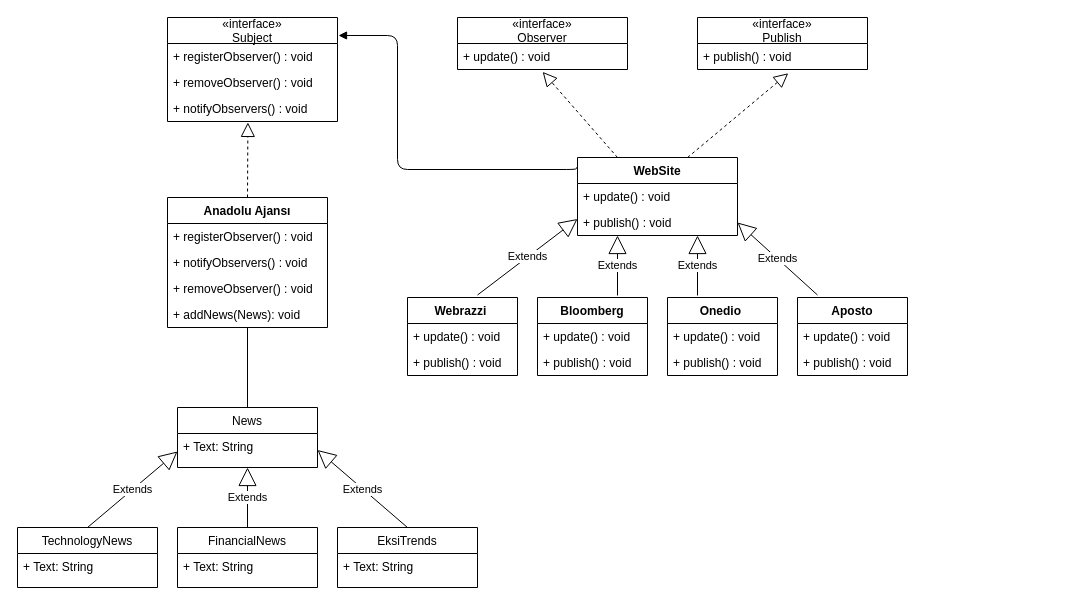
Earlier version of the draw.io diagram observer-pattern/observerpattern.drawio (solmazumut/Design-Patterns). Source tidied: cells renumbered, new cells numbered last; positions are measured from the earlier drawing's top-left corner, leaving out a move shared by most shapes. Both pictures are drawn from the tidied source at 100%, with x=0, y=0 at pixel (17, 17).
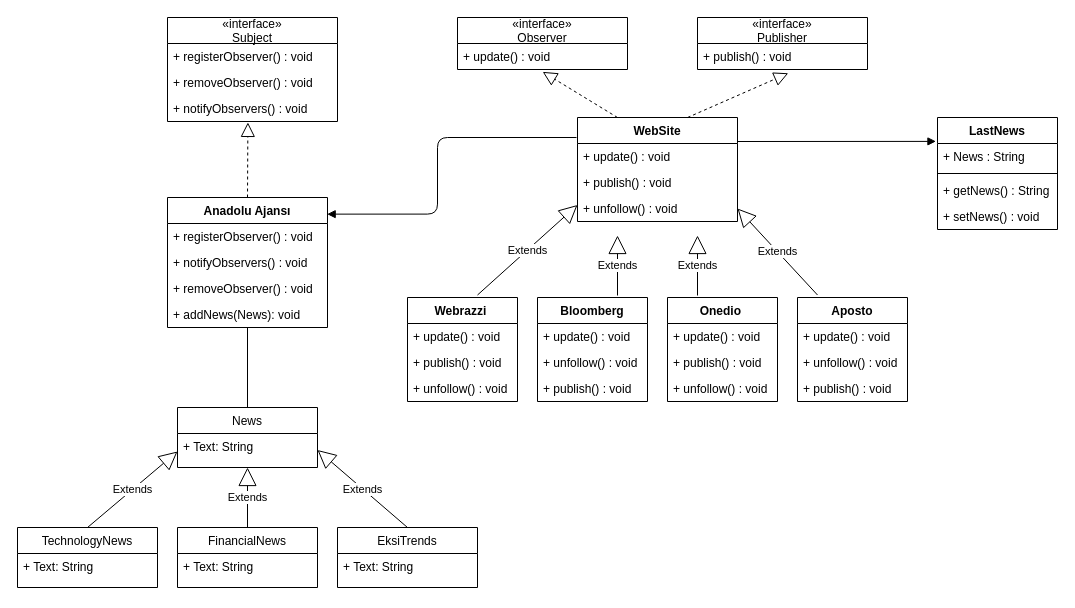
The same diagram, later.

Unchanged cells that the change refers to:
```xml
<mxCell id="11" value="«interface»&#10;Subject" style="swimlane;fontStyle=0;horizontal=1;startSize=26;fillColor=none;" parent="1" vertex="1">
  <mxGeometry x="150" width="170" height="104" as="geometry" />
</mxCell>
<mxCell id="17" value="Anadolu Ajansı" style="swimlane;fontStyle=1;align=center;verticalAlign=top;horizontal=1;startSize=26;" parent="1" vertex="1">
  <mxGeometry x="150" y="180" width="160" height="130" as="geometry" />
</mxCell>
```

Change to the diagram source:
```diff
@@
-    <mxCell id="25" value="«interface»&#10;Publish" style="swimlane;fontStyle=0;horizontal=1;startSize=26;fillColor=none;" parent="1" vertex="1">
+    <mxCell id="25" value="«interface»&#10;Publisher" style="swimlane;fontStyle=0;horizontal=1;startSize=26;fillColor=none;" parent="1" vertex="1">
       <mxGeometry x="680" width="170" height="52" as="geometry" />
     </mxCell>
@@
     <mxCell id="27" value="WebSite" style="swimlane;fontStyle=1;align=center;verticalAlign=top;horizontal=1;startSize=26;" parent="1" vertex="1">
-      <mxGeometry x="560" y="140" width="160" height="78" as="geometry" />
+      <mxGeometry x="560" y="100" width="160" height="104" as="geometry" />
     </mxCell>
@@
+    <mxCell id="50" value="+ publish() : void" style="text;strokeColor=none;fillColor=none;align=left;verticalAlign=top;spacingLeft=4;spacingRight=4;overflow=hidden;" parent="27" vertex="1">
+      <mxGeometry y="52" width="160" height="26" as="geometry" />
+    </mxCell>
-    <mxCell id="29" value="+ publish() : void" style="text;strokeColor=none;fillColor=none;align=left;verticalAlign=top;spacingLeft=4;spacingRight=4;overflow=hidden;points=[[0,0.5],[1,0.5]];portConstraint=eastwest;" parent="27" vertex="1">
-      <mxGeometry y="52" width="160" height="26" as="geometry" />
+    <mxCell id="29" value="+ unfollow() : void" style="text;strokeColor=none;fillColor=none;align=left;verticalAlign=top;spacingLeft=4;spacingRight=4;overflow=hidden;points=[[0,0.5],[1,0.5]];portConstraint=eastwest;" parent="27" vertex="1">
+      <mxGeometry y="78" width="160" height="26" as="geometry" />
     </mxCell>
-    <mxCell id="30" style="endArrow=block;endFill=1;html=1;edgeStyle=orthogonalEdgeStyle;align=left;verticalAlign=top;entryX=1.006;entryY=0.173;entryDx=0;entryDy=0;entryPerimeter=0;exitX=-0.006;exitY=0.127;exitDx=0;exitDy=0;exitPerimeter=0;" parent="1" edge="1" source="27" target="11">
+    <mxCell id="30" style="endArrow=block;endFill=1;html=1;edgeStyle=orthogonalEdgeStyle;align=left;verticalAlign=top;entryX=0.998;entryY=0.128;entryDx=0;entryDy=0;entryPerimeter=0;" parent="1" edge="1" target="17">
       <mxGeometry x="-1" relative="1" as="geometry">
+        <mxPoint x="559" y="120" as="sourcePoint" />
         <Array as="points">
-          <mxPoint x="559" y="152" />
-          <mxPoint x="380" y="152" />
-          <mxPoint x="380" y="18" />
+          <mxPoint x="559" y="120" />
+          <mxPoint x="420" y="120" />
+          <mxPoint x="420" y="197" />
         </Array>
       </mxGeometry>
     </mxCell>
@@
     <mxCell id="37" value="Webrazzi " style="swimlane;fontStyle=1;align=center;verticalAlign=top;horizontal=1;startSize=26;" parent="1" vertex="1">
-      <mxGeometry x="390" y="280" width="110" height="78" as="geometry" />
+      <mxGeometry x="390" y="280" width="110" height="104" as="geometry" />
     </mxCell>
@@
+    <mxCell id="51" value="+ unfollow() : void" style="text;strokeColor=none;fillColor=none;align=left;verticalAlign=top;spacingLeft=4;spacingRight=4;overflow=hidden;" parent="37" vertex="1">
+      <mxGeometry y="78" width="110" height="26" as="geometry" />
+    </mxCell>
     <mxCell id="40" value="Bloomberg" style="swimlane;fontStyle=1;align=center;verticalAlign=top;horizontal=1;startSize=26;" parent="1" vertex="1">
-      <mxGeometry x="520" y="280" width="110" height="78" as="geometry" />
+      <mxGeometry x="520" y="280" width="110" height="104" as="geometry" />
     </mxCell>
@@
+    <mxCell id="52" value="+ unfollow() : void" style="text;strokeColor=none;fillColor=none;align=left;verticalAlign=top;spacingLeft=4;spacingRight=4;overflow=hidden;" parent="40" vertex="1">
+      <mxGeometry y="52" width="110" height="26" as="geometry" />
+    </mxCell>
     <mxCell id="42" value="+ publish() : void" style="text;strokeColor=none;fillColor=none;align=left;verticalAlign=top;spacingLeft=4;spacingRight=4;overflow=hidden;" parent="40" vertex="1">
-      <mxGeometry y="52" width="110" height="26" as="geometry" />
+      <mxGeometry y="78" width="110" height="26" as="geometry" />
     </mxCell>
     <mxCell id="43" value="Onedio " style="swimlane;fontStyle=1;align=center;verticalAlign=top;horizontal=1;startSize=26;" parent="1" vertex="1">
-      <mxGeometry x="650" y="280" width="110" height="78" as="geometry" />
+      <mxGeometry x="650" y="280" width="110" height="104" as="geometry" />
     </mxCell>
@@
+    <mxCell id="53" value="+ unfollow() : void" style="text;strokeColor=none;fillColor=none;align=left;verticalAlign=top;spacingLeft=4;spacingRight=4;overflow=hidden;" parent="43" vertex="1">
+      <mxGeometry y="78" width="110" height="26" as="geometry" />
+    </mxCell>
     <mxCell id="46" value="Aposto" style="swimlane;fontStyle=1;align=center;verticalAlign=top;horizontal=1;startSize=26;" parent="1" vertex="1">
-      <mxGeometry x="780" y="280" width="110" height="78" as="geometry" />
+      <mxGeometry x="780" y="280" width="110" height="104" as="geometry" />
     </mxCell>
@@
+    <mxCell id="54" value="+ unfollow() : void" style="text;strokeColor=none;fillColor=none;align=left;verticalAlign=top;spacingLeft=4;spacingRight=4;overflow=hidden;" parent="46" vertex="1">
+      <mxGeometry y="52" width="110" height="26" as="geometry" />
+    </mxCell>
     <mxCell id="48" value="+ publish() : void" style="text;strokeColor=none;fillColor=none;align=left;verticalAlign=top;spacingLeft=4;spacingRight=4;overflow=hidden;" parent="46" vertex="1">
-      <mxGeometry y="52" width="110" height="26" as="geometry" />
+      <mxGeometry y="78" width="110" height="26" as="geometry" />
     </mxCell>
@@
+    <mxCell id="55" value="LastNews" style="swimlane;fontStyle=1;align=center;verticalAlign=top;horizontal=1;startSize=26;" parent="1" vertex="1">
+      <mxGeometry x="920" y="100" width="120" height="112" as="geometry" />
+    </mxCell>
+    <mxCell id="56" value="+ News : String" style="text;strokeColor=none;fillColor=none;align=left;verticalAlign=top;spacingLeft=4;spacingRight=4;overflow=hidden;points=[[0,0.5],[1,0.5]];portConstraint=eastwest;" parent="55" vertex="1">
+      <mxGeometry y="26" width="120" height="26" as="geometry" />
+    </mxCell>
+    <mxCell id="57" style="line;strokeWidth=1;fillColor=none;align=left;verticalAlign=middle;spacingTop=-1;spacingLeft=3;spacingRight=3;labelPosition=right;" parent="55" vertex="1">
+      <mxGeometry y="52" width="120" height="8" as="geometry" />
+    </mxCell>
+    <mxCell id="58" value="+ getNews() : String" style="text;strokeColor=none;fillColor=none;align=left;verticalAlign=top;spacingLeft=4;spacingRight=4;overflow=hidden;" parent="55" vertex="1">
+      <mxGeometry y="60" width="120" height="26" as="geometry" />
+    </mxCell>
+    <mxCell id="59" value="+ setNews() : void" style="text;strokeColor=none;fillColor=none;align=left;verticalAlign=top;spacingLeft=4;spacingRight=4;overflow=hidden;" parent="55" vertex="1">
+      <mxGeometry y="86" width="120" height="26" as="geometry" />
+    </mxCell>
+    <mxCell id="60" style="endArrow=block;endFill=1;html=1;edgeStyle=orthogonalEdgeStyle;align=left;verticalAlign=top;entryX=-0.013;entryY=-0.081;entryDx=0;entryDy=0;entryPerimeter=0;" parent="1" edge="1" target="56">
+      <mxGeometry x="-1" relative="1" as="geometry">
+        <mxPoint x="720" y="124" as="sourcePoint" />
+        <Array as="points">
+          <mxPoint x="720" y="124" />
+        </Array>
+      </mxGeometry>
+    </mxCell>
```
